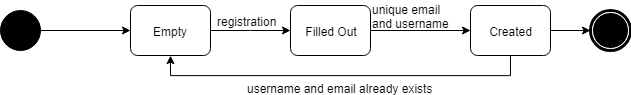
Earlier version of the draw.io export Documentations/Diagrams (Midterms)/8-State Machine Diagram/Account/State Machine Diagram - Account.png (seans888/project--lyf). Source tidied: cells renumbered, new cells last; positions are measured from the earlier drawing's top-left corner, leaving out a move shared by most shapes. Source of this version:
```xml
<mxGraphModel background="#ffffff">
  <root>
    <mxCell id="0" />
    <mxCell id="1" parent="0" />
    <mxCell id="2" style="edgeStyle=orthogonalEdgeStyle;rounded=0;jettySize=auto;html=1;exitX=1;exitY=0.5;exitDx=0;exitDy=0;entryX=0;entryY=0.5;entryDx=0;entryDy=0;" parent="1" edge="1" source="3" target="6">
      <mxGeometry relative="1" as="geometry" />
    </mxCell>
    <mxCell id="3" style="ellipse;whiteSpace=wrap;html=1;rounded=0;shadow=0;comic=0;labelBackgroundColor=none;strokeColor=#000000;strokeWidth=1;fillColor=#000000;fontFamily=Verdana;fontSize=12;fontColor=#000000;align=center;" parent="1" vertex="1">
      <mxGeometry y="10" width="40" height="40" as="geometry" />
    </mxCell>
    <mxCell id="4" style="shape=mxgraph.bpmn.shape;html=1;verticalLabelPosition=bottom;labelBackgroundColor=#ffffff;verticalAlign=top;perimeter=ellipsePerimeter;outline=end;symbol=terminate;rounded=0;shadow=0;comic=0;strokeColor=#000000;strokeWidth=1;fillColor=#ffffff;fontFamily=Verdana;fontSize=12;fontColor=#000000;align=center;" parent="1" vertex="1">
      <mxGeometry x="590" y="10" width="40" height="40" as="geometry" />
    </mxCell>
    <mxCell id="5" style="edgeStyle=orthogonalEdgeStyle;rounded=0;jettySize=auto;html=1;exitX=1;exitY=0.5;exitDx=0;exitDy=0;" parent="1" edge="1" source="6" target="8">
      <mxGeometry relative="1" as="geometry" />
    </mxCell>
    <mxCell id="6" value="Empty&lt;br&gt;" style="rounded=1;whiteSpace=wrap;html=1;absoluteArcSize=1;arcSize=14;strokeWidth=1;" parent="1" vertex="1">
      <mxGeometry x="130" y="5" width="80" height="50" as="geometry" />
    </mxCell>
    <mxCell id="7" style="edgeStyle=orthogonalEdgeStyle;rounded=0;jettySize=auto;html=1;exitX=1;exitY=0.5;exitDx=0;exitDy=0;" parent="1" edge="1" source="8" target="11">
      <mxGeometry relative="1" as="geometry" />
    </mxCell>
    <mxCell id="8" value="Filled Out&lt;br&gt;" style="rounded=1;whiteSpace=wrap;html=1;absoluteArcSize=1;arcSize=14;strokeWidth=1;" parent="1" vertex="1">
      <mxGeometry x="290" y="5" width="80" height="50" as="geometry" />
    </mxCell>
    <mxCell id="9" style="edgeStyle=orthogonalEdgeStyle;rounded=0;jettySize=auto;html=1;exitX=0.5;exitY=1;exitDx=0;exitDy=0;entryX=0.5;entryY=1;entryDx=0;entryDy=0;" parent="1" edge="1" source="11" target="6">
      <mxGeometry relative="1" as="geometry" />
    </mxCell>
    <mxCell id="10" style="edgeStyle=orthogonalEdgeStyle;rounded=0;jettySize=auto;html=1;exitX=1;exitY=0.5;exitDx=0;exitDy=0;entryX=0;entryY=0.5;entryDx=0;entryDy=0;" parent="1" edge="1" source="11" target="4">
      <mxGeometry relative="1" as="geometry" />
    </mxCell>
    <mxCell id="11" value="Created&lt;br&gt;" style="rounded=1;whiteSpace=wrap;html=1;absoluteArcSize=1;arcSize=14;strokeWidth=1;" parent="1" vertex="1">
      <mxGeometry x="470" y="5" width="80" height="50" as="geometry" />
    </mxCell>
    <mxCell id="12" value="unique email &lt;br&gt;and username" style="text;html=1;align=left;verticalAlign=top;spacingTop=-4;" parent="1" vertex="1">
      <mxGeometry x="370" width="90" height="30" as="geometry" />
    </mxCell>
    <mxCell id="13" value="username and email already exists" style="text;html=1;align=left;verticalAlign=top;spacingTop=-4;" parent="1" vertex="1">
      <mxGeometry x="245" y="79" width="200" height="10" as="geometry" />
    </mxCell>
    <mxCell id="14" value="registration" style="text;html=1;align=left;verticalAlign=top;spacingTop=-4;" parent="1" vertex="1">
      <mxGeometry x="215" y="12" width="70" height="10" as="geometry" />
    </mxCell>
  </root>
</mxGraphModel>
```
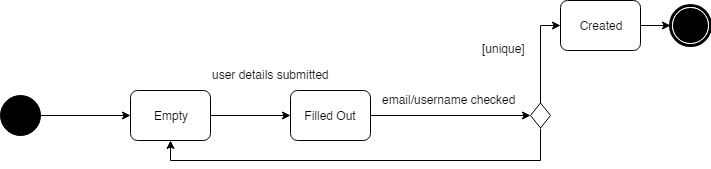
The same file after the commit.

What changed in the source:
```diff
@@ -9,7 +9,7 @@
       <mxGeometry y="10" width="40" height="40" as="geometry" />
     </mxCell>
     <mxCell id="4" style="shape=mxgraph.bpmn.shape;html=1;verticalLabelPosition=bottom;labelBackgroundColor=#ffffff;verticalAlign=top;perimeter=ellipsePerimeter;outline=end;symbol=terminate;rounded=0;shadow=0;comic=0;strokeColor=#000000;strokeWidth=1;fillColor=#ffffff;fontFamily=Verdana;fontSize=12;fontColor=#000000;align=center;" parent="1" vertex="1">
-      <mxGeometry x="590" y="10" width="40" height="40" as="geometry" />
+      <mxGeometry x="670" y="-80" width="40" height="40" as="geometry" />
     </mxCell>
     <mxCell id="5" style="edgeStyle=orthogonalEdgeStyle;rounded=0;jettySize=auto;html=1;exitX=1;exitY=0.5;exitDx=0;exitDy=0;" parent="1" edge="1" source="6" target="8">
       <mxGeometry relative="1" as="geometry" />
@@ -17,29 +17,37 @@
     <mxCell id="6" value="Empty&lt;br&gt;" style="rounded=1;whiteSpace=wrap;html=1;absoluteArcSize=1;arcSize=14;strokeWidth=1;" parent="1" vertex="1">
       <mxGeometry x="130" y="5" width="80" height="50" as="geometry" />
     </mxCell>
-    <mxCell id="7" style="edgeStyle=orthogonalEdgeStyle;rounded=0;jettySize=auto;html=1;exitX=1;exitY=0.5;exitDx=0;exitDy=0;" parent="1" edge="1" source="8" target="11">
-      <mxGeometry relative="1" as="geometry" />
-    </mxCell>
+    <mxCell id="15" style="edgeStyle=orthogonalEdgeStyle;rounded=0;jettySize=auto;html=1;exitX=1;exitY=0.5;exitDx=0;exitDy=0;entryX=0;entryY=0.5;entryDx=0;entryDy=0;" parent="1" edge="1" source="8" target="18">
+      <mxGeometry relative="1" as="geometry" />
+    </mxCell>
-    <mxCell id="8" value="Filled Out&lt;br&gt;" style="rounded=1;whiteSpace=wrap;html=1;absoluteArcSize=1;arcSize=14;strokeWidth=1;" parent="1" vertex="1">
+    <mxCell id="8" value="Filled Out" style="rounded=1;whiteSpace=wrap;html=1;absoluteArcSize=1;arcSize=14;strokeWidth=1;" parent="1" vertex="1">
       <mxGeometry x="290" y="5" width="80" height="50" as="geometry" />
     </mxCell>
-    <mxCell id="9" style="edgeStyle=orthogonalEdgeStyle;rounded=0;jettySize=auto;html=1;exitX=0.5;exitY=1;exitDx=0;exitDy=0;entryX=0.5;entryY=1;entryDx=0;entryDy=0;" parent="1" edge="1" source="11" target="6">
-      <mxGeometry relative="1" as="geometry" />
-    </mxCell>
-    <mxCell id="10" style="edgeStyle=orthogonalEdgeStyle;rounded=0;jettySize=auto;html=1;exitX=1;exitY=0.5;exitDx=0;exitDy=0;entryX=0;entryY=0.5;entryDx=0;entryDy=0;" parent="1" edge="1" source="11" target="4">
-      <mxGeometry relative="1" as="geometry" />
-    </mxCell>
+    <mxCell id="14" value="user details submitted" style="text;html=1;align=left;verticalAlign=top;spacingTop=-4;" parent="1" vertex="1">
+      <mxGeometry x="210" y="-20" width="130" height="20" as="geometry" />
+    </mxCell>
+    <mxCell id="16" style="edgeStyle=orthogonalEdgeStyle;rounded=0;jettySize=auto;html=1;exitX=0.5;exitY=1;exitDx=0;exitDy=0;entryX=0.5;entryY=1;entryDx=0;entryDy=0;" parent="1" edge="1" source="18" target="6">
+      <mxGeometry relative="1" as="geometry" />
+    </mxCell>
+    <mxCell id="17" style="edgeStyle=orthogonalEdgeStyle;rounded=0;jettySize=auto;html=1;exitX=0.5;exitY=0;exitDx=0;exitDy=0;entryX=0;entryY=0.5;entryDx=0;entryDy=0;" parent="1" edge="1" source="18" target="11">
+      <mxGeometry relative="1" as="geometry" />
+    </mxCell>
+    <mxCell id="18" style="rhombus;whiteSpace=wrap;html=1;" parent="1" vertex="1">
+      <mxGeometry x="530" y="17.5" width="20" height="25" as="geometry" />
+    </mxCell>
+    <mxCell id="19" value="email/username checked" style="text;html=1;align=left;verticalAlign=top;spacingTop=-4;" parent="1" vertex="1">
+      <mxGeometry x="380" y="5" width="150" height="20" as="geometry" />
+    </mxCell>
+    <mxCell id="20" style="edgeStyle=orthogonalEdgeStyle;rounded=0;jettySize=auto;html=1;exitX=1;exitY=0.5;exitDx=0;exitDy=0;" parent="1" edge="1" source="11">
+      <mxGeometry relative="1" as="geometry">
+        <mxPoint x="670" y="-59.7" as="targetPoint" />
+      </mxGeometry>
+    </mxCell>
-    <mxCell id="11" value="Created&lt;br&gt;" style="rounded=1;whiteSpace=wrap;html=1;absoluteArcSize=1;arcSize=14;strokeWidth=1;" parent="1" vertex="1">
-      <mxGeometry x="470" y="5" width="80" height="50" as="geometry" />
+    <mxCell id="11" value="Created" style="rounded=1;whiteSpace=wrap;html=1;absoluteArcSize=1;arcSize=14;strokeWidth=1;" parent="1" vertex="1">
+      <mxGeometry x="560" y="-85" width="80" height="50" as="geometry" />
     </mxCell>
-    <mxCell id="12" value="unique email &lt;br&gt;and username" style="text;html=1;align=left;verticalAlign=top;spacingTop=-4;" parent="1" vertex="1">
-      <mxGeometry x="370" width="90" height="30" as="geometry" />
-    </mxCell>
-    <mxCell id="13" value="username and email already exists" style="text;html=1;align=left;verticalAlign=top;spacingTop=-4;" parent="1" vertex="1">
-      <mxGeometry x="245" y="79" width="200" height="10" as="geometry" />
-    </mxCell>
-    <mxCell id="14" value="registration" style="text;html=1;align=left;verticalAlign=top;spacingTop=-4;" parent="1" vertex="1">
-      <mxGeometry x="215" y="12" width="70" height="10" as="geometry" />
-    </mxCell>
+    <mxCell id="21" value="[unique]" style="text;html=1;align=left;verticalAlign=top;spacingTop=-4;" parent="1" vertex="1">
+      <mxGeometry x="480" y="-46" width="60" height="20" as="geometry" />
+    </mxCell>
   </root>
 </mxGraphModel>
```
